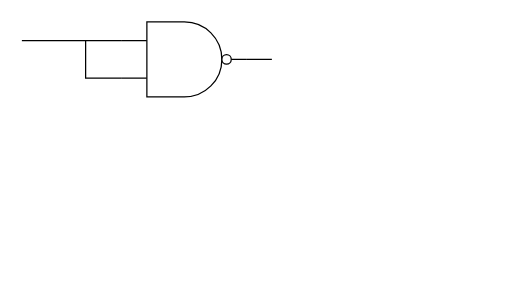
Above: page "Page-1" (1 of 3) of Untitled Diagram.drawio in tracer524/ICS_FA23 (draw.io), before the change. Source tidied: cells renumbered, new cells numbered last; positions are measured from the earlier drawing's top-left corner, leaving out a move shared by most shapes. Both pictures are drawn from the tidied source at 125%, with x=0, y=0 at pixel (21, 21).
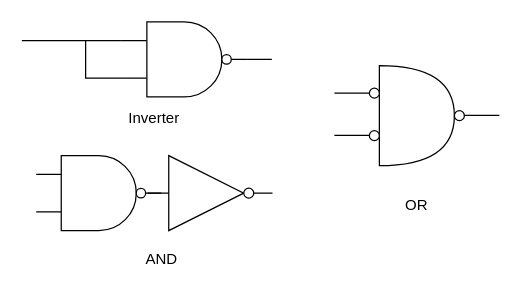
Above is the later version.

The edit, as a diff of the source:
```diff
@@
+    <mxCell id="6" value="Inverter" style="text;html=1;strokeColor=none;fillColor=none;align=center;verticalAlign=middle;whiteSpace=wrap;rounded=0;" parent="1" vertex="1">
+      <mxGeometry x="76" y="62" width="60" height="30" as="geometry" />
+    </mxCell>
+    <mxCell id="7" style="verticalLabelPosition=bottom;shadow=0;dashed=0;align=center;html=1;verticalAlign=top;shape=mxgraph.electrical.logic_gates.logic_gate;operation=and;negating=1;negSize=0.15;" parent="1" vertex="1">
+      <mxGeometry x="11.5" y="107" width="100" height="60" as="geometry" />
+    </mxCell>
+    <mxCell id="8" style="verticalLabelPosition=bottom;shadow=0;dashed=0;align=center;html=1;verticalAlign=top;shape=mxgraph.electrical.logic_gates.inverter_2;" parent="1" vertex="1">
+      <mxGeometry x="100.5" y="107" width="100" height="60" as="geometry" />
+    </mxCell>
+    <mxCell id="9" value="AND" style="text;html=1;strokeColor=none;fillColor=none;align=center;verticalAlign=middle;whiteSpace=wrap;rounded=0;" parent="1" vertex="1">
+      <mxGeometry x="81.5" y="175" width="60" height="30" as="geometry" />
+    </mxCell>
+    <mxCell id="10" style="shape=or;whiteSpace=wrap;html=1;" parent="1" vertex="1">
+      <mxGeometry x="286" y="35" width="60" height="80" as="geometry" />
+    </mxCell>
+    <mxCell id="11" style="ellipse;whiteSpace=wrap;html=1;" parent="1" vertex="1">
+      <mxGeometry x="278" y="53" width="8" height="8" as="geometry" />
+    </mxCell>
+    <mxCell id="12" style="ellipse;whiteSpace=wrap;html=1;" parent="1" vertex="1">
+      <mxGeometry x="278" y="87" width="8" height="8" as="geometry" />
+    </mxCell>
+    <mxCell id="13" style="endArrow=none;html=1;rounded=0;entryX=0;entryY=0.5;entryDx=0;entryDy=0;" parent="1" edge="1" target="11">
+      <mxGeometry relative="1" as="geometry">
+        <mxPoint x="250" y="57" as="sourcePoint" />
+      </mxGeometry>
+    </mxCell>
+    <mxCell id="14" style="endArrow=none;html=1;rounded=0;entryX=0;entryY=0.5;entryDx=0;entryDy=0;" parent="1" edge="1">
+      <mxGeometry relative="1" as="geometry">
+        <mxPoint x="250" y="90.8" as="sourcePoint" />
+        <mxPoint x="278" y="90.8" as="targetPoint" />
+      </mxGeometry>
+    </mxCell>
+    <mxCell id="15" style="ellipse;whiteSpace=wrap;html=1;" parent="1" vertex="1">
+      <mxGeometry x="346" y="71" width="8" height="8" as="geometry" />
+    </mxCell>
+    <mxCell id="16" style="endArrow=none;html=1;rounded=0;entryX=0;entryY=0.5;entryDx=0;entryDy=0;" parent="1" edge="1">
+      <mxGeometry relative="1" as="geometry">
+        <mxPoint x="354" y="74.8" as="sourcePoint" />
+        <mxPoint x="382" y="74.8" as="targetPoint" />
+      </mxGeometry>
+    </mxCell>
+    <mxCell id="17" value="OR" style="text;html=1;strokeColor=none;fillColor=none;align=center;verticalAlign=middle;whiteSpace=wrap;rounded=0;" parent="1" vertex="1">
+      <mxGeometry x="286" y="132" width="60" height="30" as="geometry" />
+    </mxCell>
```
